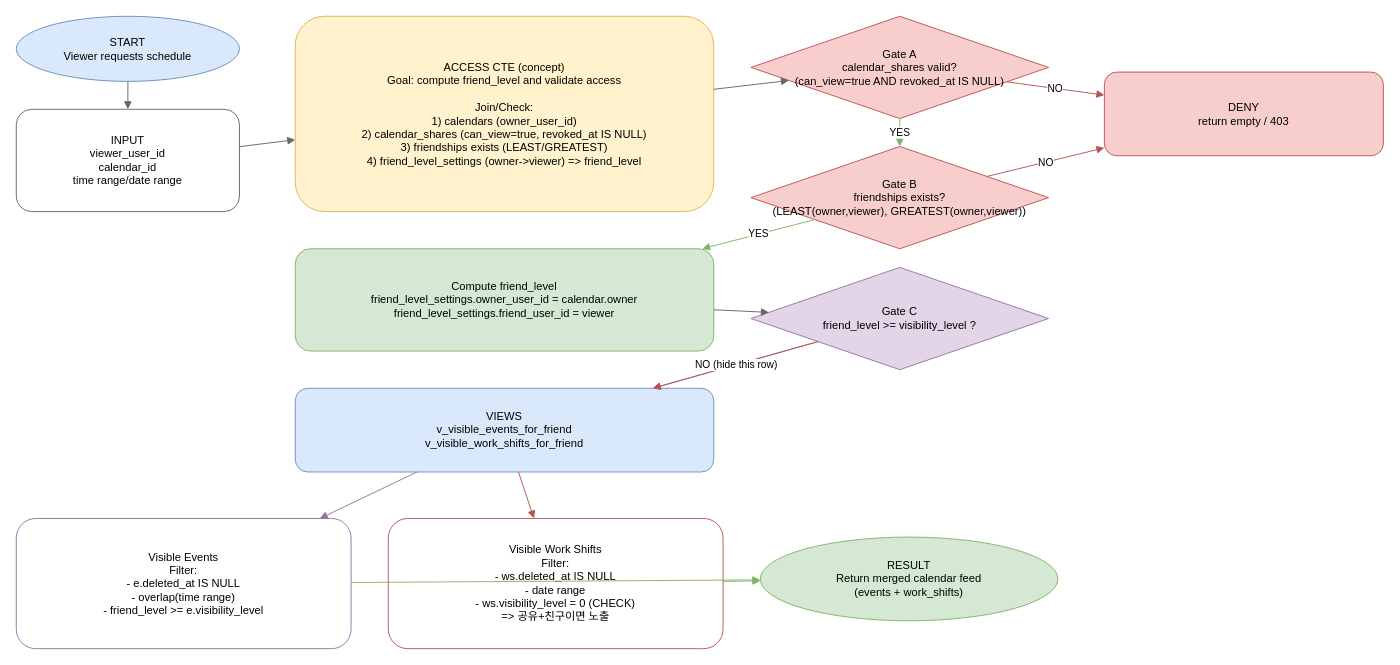
Before: visibility_flow.drawio in hspark-1/shift_calendar, a draw.io diagram. Source tidied: cells renumbered, new cells numbered last; positions are measured from the earlier drawing's top-left corner, leaving out a move shared by most shapes. Both pictures are drawn from the tidied source at 93%, with x=0, y=0 at pixel (16, 16).
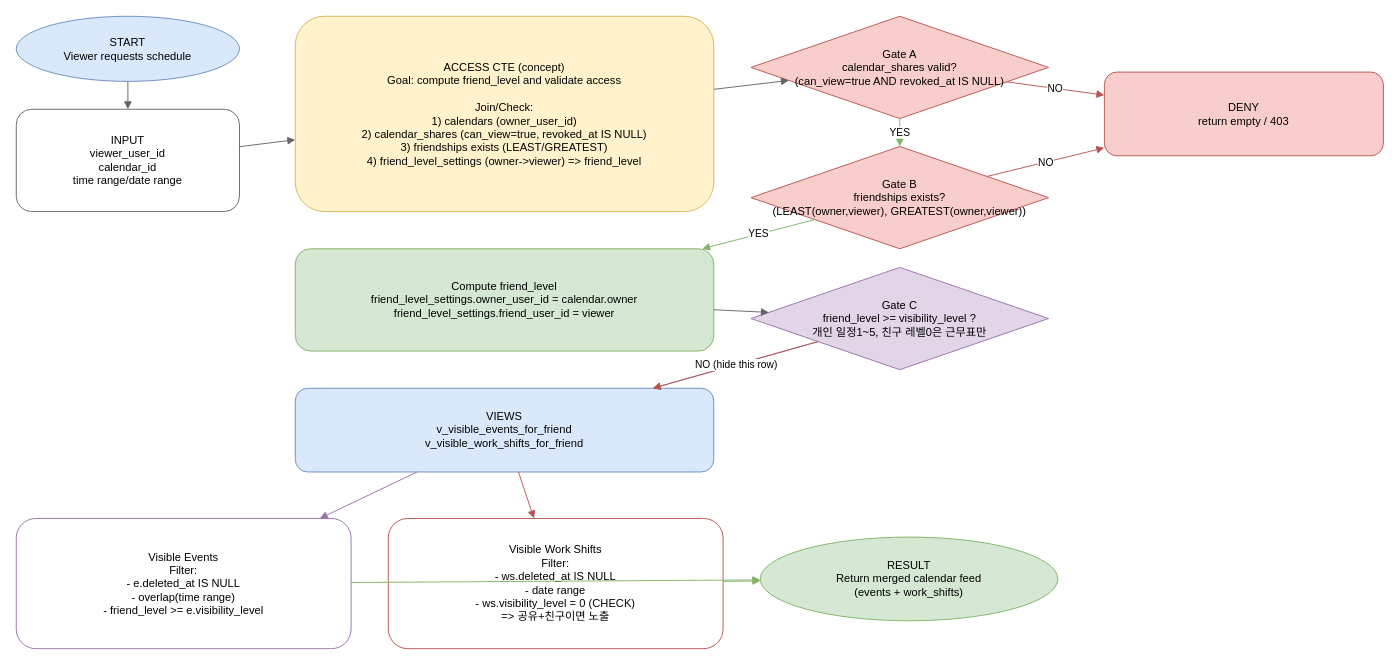
Above is the later version.

The edit, as a diff of the source:
```diff
@@
-    <mxCell id="9" value="Gate C&#10;friend_level &gt;= visibility_level ?" style="rhombus;whiteSpace=wrap;html=1;fillColor=#e1d5e7;strokeColor=#9673a6;" parent="1" vertex="1">
+    <mxCell id="9" value="Gate C&#10;friend_level &gt;= visibility_level ?&#10;개인 일정1~5, 친구 레벨0은 근무표만" style="rhombus;whiteSpace=wrap;html=1;fillColor=#e1d5e7;strokeColor=#9673a6;" parent="1" vertex="1">
       <mxGeometry x="790" y="270" width="320" height="110" as="geometry" />
     </mxCell>
```
